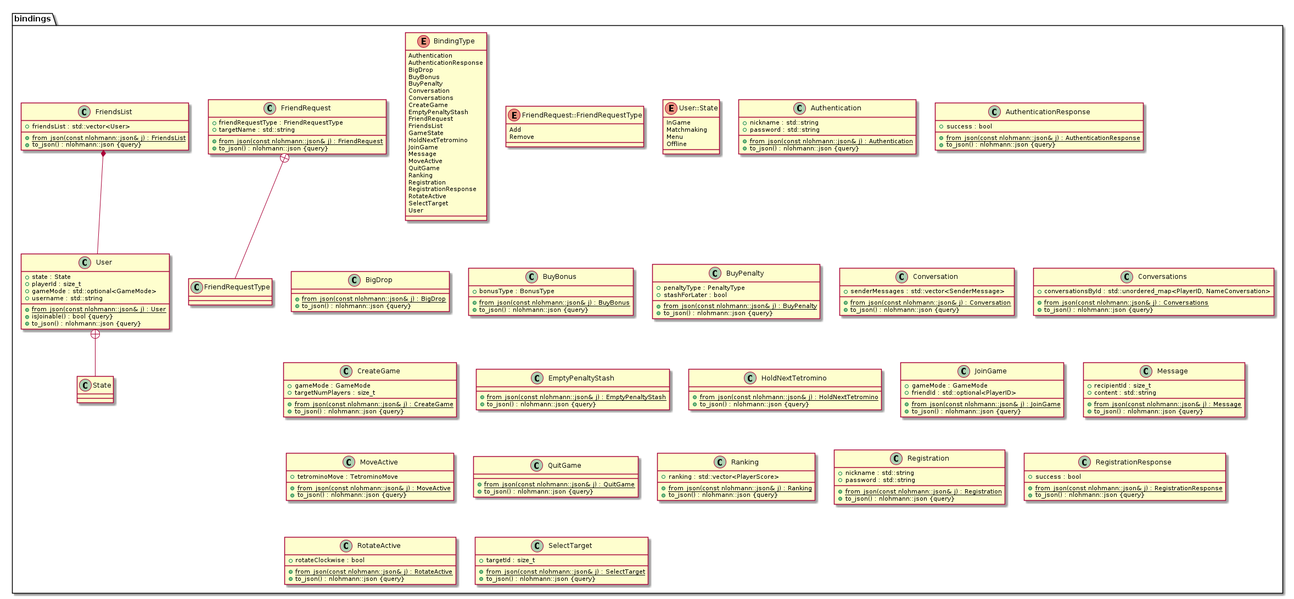
Before: res/uml/class/BindingClass.png, a diagram exported from PlantUML (ulb-info2-group5/Royal-Blocks). Its source is kept beside it as doc/uml/class/common/BindingClass.plantuml. Its diagram source:
```plantuml
@startuml BindingClass






namespace bindings {
	enum BindingType {
		Authentication
		AuthenticationResponse
		BigDrop
		BuyBonus
		BuyPenalty
		Conversation
		Conversations
		CreateGame
		EmptyPenaltyStash
		FriendRequest
		FriendsList
		GameState
		HoldNextTetromino
		JoinGame
		Message
		MoveActive
		QuitGame
		Ranking
		Registration
		RegistrationResponse
		RotateActive
		SelectTarget
		User
	}

	enum FriendRequest::FriendRequestType {
		Add
		Remove
	}

	enum User::State {
		InGame
		Matchmaking
		Menu
		Offline
	}

	class Authentication {
		+{static} from_json(const nlohmann::json& j) : Authentication
		+to_json() : nlohmann::json {query}
		+nickname : std::string
		+password : std::string
	}

	class AuthenticationResponse {
		+{static} from_json(const nlohmann::json& j) : AuthenticationResponse
		+success : bool
		+to_json() : nlohmann::json {query}
	}

	class BigDrop {
		+{static} from_json(const nlohmann::json& j) : BigDrop
		+to_json() : nlohmann::json {query}
	}

	class BuyBonus {
		+bonusType : BonusType
		+{static} from_json(const nlohmann::json& j) : BuyBonus
		+to_json() : nlohmann::json {query}
	}

	class BuyPenalty {
		+{static} from_json(const nlohmann::json& j) : BuyPenalty
		+penaltyType : PenaltyType
		+stashForLater : bool
		+to_json() : nlohmann::json {query}
	}

	class Conversation {
		+{static} from_json(const nlohmann::json& j) : Conversation
		+to_json() : nlohmann::json {query}
		+senderMessages : std::vector<SenderMessage>
	}

	class Conversations {
		+{static} from_json(const nlohmann::json& j) : Conversations
		+to_json() : nlohmann::json {query}
		+conversationsById : std::unordered_map<PlayerID, NameConversation>
	}

	class CreateGame {
		+{static} from_json(const nlohmann::json& j) : CreateGame
		+gameMode : GameMode
		+to_json() : nlohmann::json {query}
		+targetNumPlayers : size_t
	}

	class EmptyPenaltyStash {
		+{static} from_json(const nlohmann::json& j) : EmptyPenaltyStash
		+to_json() : nlohmann::json {query}
	}

	class FriendRequest {
		+{static} from_json(const nlohmann::json& j) : FriendRequest
		+friendRequestType : FriendRequestType
		+to_json() : nlohmann::json {query}
		+targetName : std::string
	}

	class FriendsList {
		+{static} from_json(const nlohmann::json& j) : FriendsList
		+to_json() : nlohmann::json {query}
		+friendsList : std::vector<User>
	}

	class HoldNextTetromino {
		+{static} from_json(const nlohmann::json& j) : HoldNextTetromino
		+to_json() : nlohmann::json {query}
	}

	class JoinGame {
		+gameMode : GameMode
		+{static} from_json(const nlohmann::json& j) : JoinGame
		+to_json() : nlohmann::json {query}
		+friendId : std::optional<PlayerID>
	}

	class Message {
		+{static} from_json(const nlohmann::json& j) : Message
		+to_json() : nlohmann::json {query}
		+recipientId : size_t
		+content : std::string
	}

	class MoveActive {
		+{static} from_json(const nlohmann::json& j) : MoveActive
		+tetrominoMove : TetrominoMove
		+to_json() : nlohmann::json {query}
	}

	class QuitGame {
		+{static} from_json(const nlohmann::json& j) : QuitGame
		+to_json() : nlohmann::json {query}
	}

	class Ranking {
		+{static} from_json(const nlohmann::json& j) : Ranking
		+to_json() : nlohmann::json {query}
		+ranking : std::vector<PlayerScore>
	}

	class Registration {
		+{static} from_json(const nlohmann::json& j) : Registration
		+to_json() : nlohmann::json {query}
		+nickname : std::string
		+password : std::string
	}

	class RegistrationResponse {
		+{static} from_json(const nlohmann::json& j) : RegistrationResponse
		+success : bool
		+to_json() : nlohmann::json {query}
	}

	class RotateActive {
		+{static} from_json(const nlohmann::json& j) : RotateActive
		+rotateClockwise : bool
		+to_json() : nlohmann::json {query}
	}

	class SelectTarget {
		+{static} from_json(const nlohmann::json& j) : SelectTarget
		+to_json() : nlohmann::json {query}
		+targetId : size_t
	}

	class User {
		+state : State
		+{static} from_json(const nlohmann::json& j) : User
		+isJoinable() : bool {query}
		+to_json() : nlohmann::json {query}
		+playerId : size_t
		+gameMode : std::optional<GameMode>
		+username : std::string
	}
}










bindings.FriendsList *-- bindings.User







bindings.FriendRequest +-- bindings.FriendRequest.FriendRequestType


bindings.User +-- bindings.User.State




@enduml
```
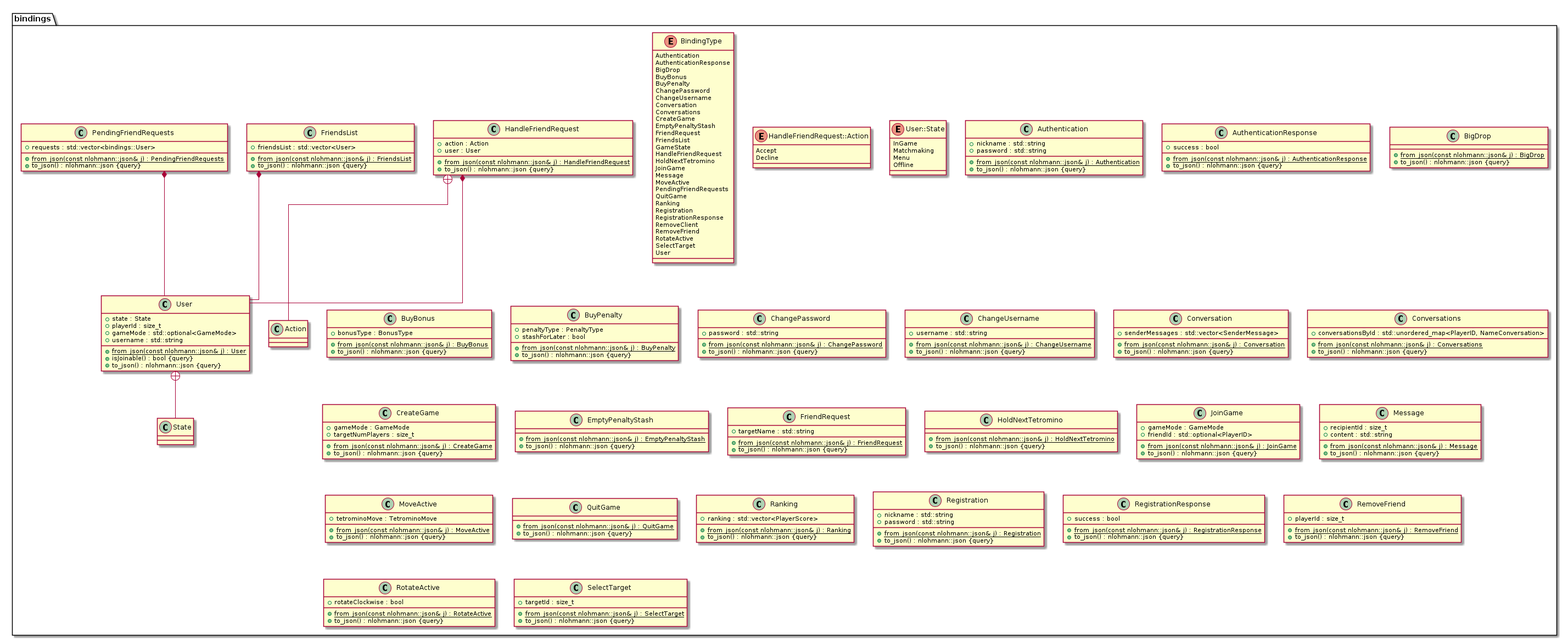
After the change.

Diff of the diagram source:
```diff
@@ -1,8 +1,5 @@
 @startuml BindingClass
-
-
-
-
+skinparam linetype ortho
 
 
 namespace bindings {
@@ -12,6 +9,8 @@
 		BigDrop
 		BuyBonus
 		BuyPenalty
+		ChangePassword
+		ChangeUsername
 		Conversation
 		Conversations
 		CreateGame
@@ -19,22 +18,26 @@
 		FriendRequest
 		FriendsList
 		GameState
+		HandleFriendRequest
 		HoldNextTetromino
 		JoinGame
 		Message
 		MoveActive
+		PendingFriendRequests
 		QuitGame
 		Ranking
 		Registration
 		RegistrationResponse
+		RemoveClient
+		RemoveFriend
 		RotateActive
 		SelectTarget
 		User
 	}
 
-	enum FriendRequest::FriendRequestType {
-		Add
-		Remove
+	enum HandleFriendRequest::Action {
+		Accept
+		Decline
 	}
 
 	enum User::State {
@@ -75,6 +78,18 @@
 		+to_json() : nlohmann::json {query}
 	}
 
+	class ChangePassword {
+		+{static} from_json(const nlohmann::json& j) : ChangePassword
+		+to_json() : nlohmann::json {query}
+		+password : std::string
+	}
+
+	class ChangeUsername {
+		+{static} from_json(const nlohmann::json& j) : ChangeUsername
+		+to_json() : nlohmann::json {query}
+		+username : std::string
+	}
+
 	class Conversation {
 		+{static} from_json(const nlohmann::json& j) : Conversation
 		+to_json() : nlohmann::json {query}
@@ -101,7 +116,6 @@
 
 	class FriendRequest {
 		+{static} from_json(const nlohmann::json& j) : FriendRequest
-		+friendRequestType : FriendRequestType
 		+to_json() : nlohmann::json {query}
 		+targetName : std::string
 	}
@@ -110,6 +124,13 @@
 		+{static} from_json(const nlohmann::json& j) : FriendsList
 		+to_json() : nlohmann::json {query}
 		+friendsList : std::vector<User>
+	}
+
+	class HandleFriendRequest {
+		+action : Action
+		+{static} from_json(const nlohmann::json& j) : HandleFriendRequest
+		+user : User
+		+to_json() : nlohmann::json {query}
 	}
 
 	class HoldNextTetromino {
@@ -137,6 +158,12 @@
 		+to_json() : nlohmann::json {query}
 	}
 
+	class PendingFriendRequests {
+		+{static} from_json(const nlohmann::json& j) : PendingFriendRequests
+		+to_json() : nlohmann::json {query}
+		+requests : std::vector<bindings::User>
+	}
+
 	class QuitGame {
 		+{static} from_json(const nlohmann::json& j) : QuitGame
 		+to_json() : nlohmann::json {query}
@@ -159,6 +186,12 @@
 		+{static} from_json(const nlohmann::json& j) : RegistrationResponse
 		+success : bool
 		+to_json() : nlohmann::json {query}
+	}
+
+	class RemoveFriend {
+		+{static} from_json(const nlohmann::json& j) : RemoveFriend
+		+to_json() : nlohmann::json {query}
+		+playerId : size_t
 	}
 
 	class RotateActive {
@@ -196,12 +229,18 @@
 bindings.FriendsList *-- bindings.User
 
 
+bindings.HandleFriendRequest *-- bindings.User
+
+
+bindings.PendingFriendRequests *-- bindings.User
 
 
 
 
 
-bindings.FriendRequest +-- bindings.FriendRequest.FriendRequestType
+
+
+bindings.HandleFriendRequest +-- bindings.HandleFriendRequest.Action
 
 
 bindings.User +-- bindings.User.State
```
